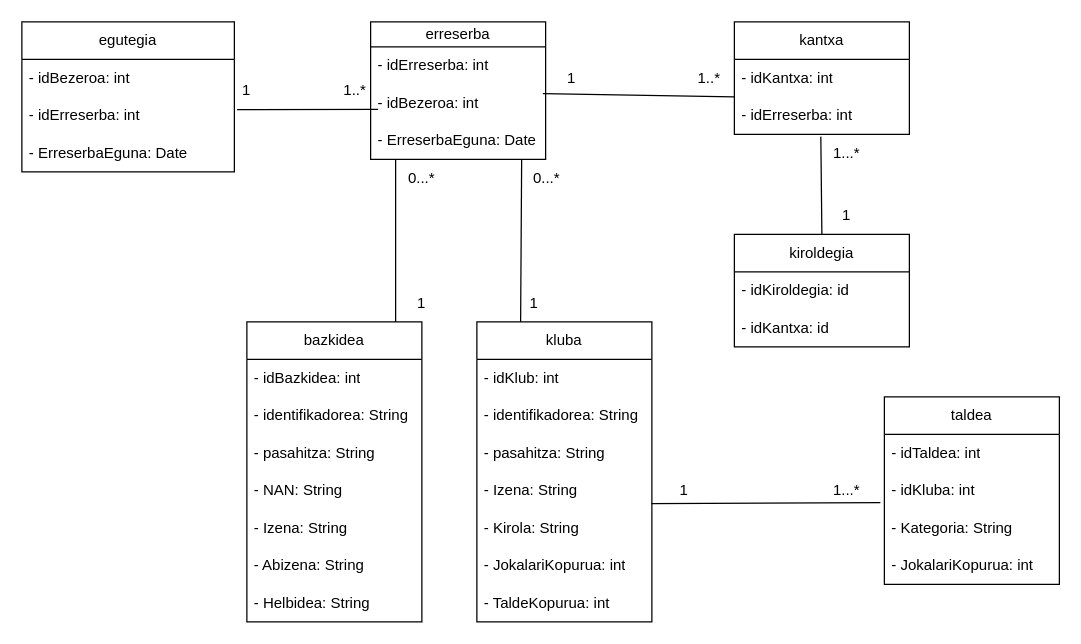
Above: C#/Diagramak/C_KlaseDiagrama.drawio in iguisado228/3Erronka (draw.io), before the change. Source tidied: cells renumbered, new cells numbered last; positions are measured from the earlier drawing's top-left corner, leaving out a move shared by most shapes. Both pictures are drawn from the tidied source at 125%, with x=0, y=0 at pixel (21, 21).
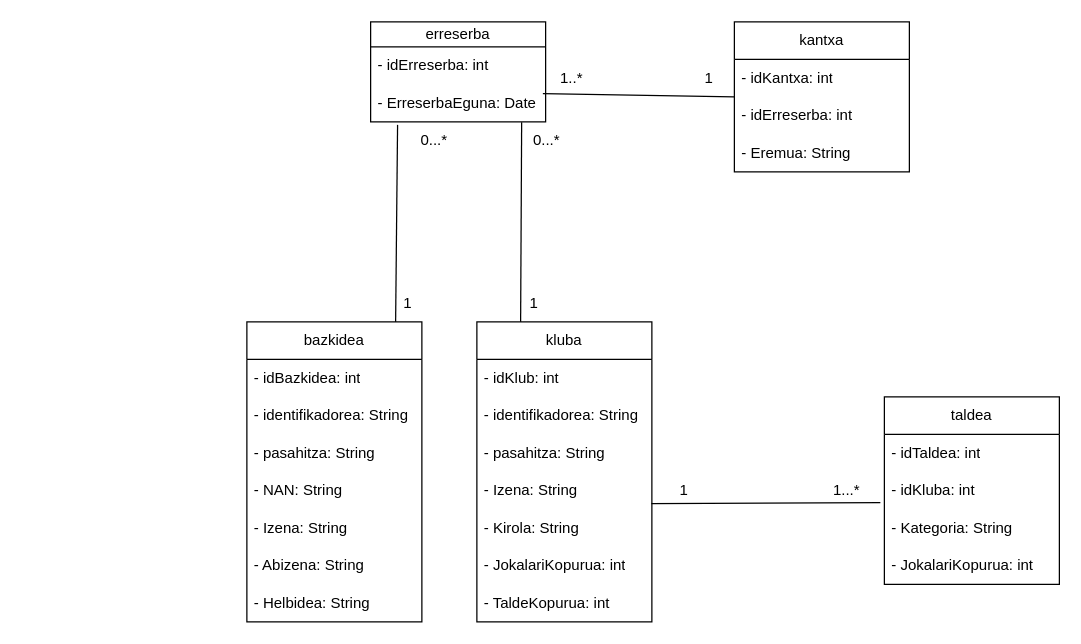
The same diagram, later.

Unchanged cells that the change refers to:
```xml
<mxCell id="10" value="bazkidea" style="swimlane;fontStyle=0;horizontal=1;startSize=30;whiteSpace=wrap;html=1;" parent="1" vertex="1">
  <mxGeometry x="180" y="240" width="140" height="240" as="geometry" />
</mxCell>
<mxCell id="28" value="- idErreserba: int" style="text;strokeColor=none;fillColor=none;align=left;verticalAlign=middle;spacingLeft=4;spacingRight=4;overflow=hidden;points=[[0,0.5],[1,0.5]];portConstraint=eastwest;whiteSpace=wrap;html=1;" parent="26" vertex="1">
  <mxGeometry y="60" width="140" height="30" as="geometry" />
</mxCell>
```

What changed in the source:
```diff
@@
     <mxCell id="18" value="erreserba" style="swimlane;fontStyle=0;horizontal=1;startSize=20;whiteSpace=wrap;html=1;" parent="1" vertex="1">
-      <mxGeometry x="279" width="140" height="110" as="geometry" />
+      <mxGeometry x="279" width="140" height="80" as="geometry" />
     </mxCell>
@@
-    <mxCell id="20" value="- idBezeroa: int" style="text;strokeColor=none;fillColor=none;align=left;verticalAlign=middle;spacingLeft=4;spacingRight=4;overflow=hidden;points=[[0,0.5],[1,0.5]];portConstraint=eastwest;whiteSpace=wrap;html=1;" parent="18" vertex="1">
-      <mxGeometry y="50" width="140" height="30" as="geometry" />
-    </mxCell>
     <mxCell id="21" value="- ErreserbaEguna: Date" style="text;strokeColor=none;fillColor=none;align=left;verticalAlign=middle;spacingLeft=4;spacingRight=4;overflow=hidden;points=[[0,0.5],[1,0.5]];portConstraint=eastwest;whiteSpace=wrap;html=1;" parent="18" vertex="1">
-      <mxGeometry y="80" width="140" height="30" as="geometry" />
+      <mxGeometry y="50" width="140" height="30" as="geometry" />
     </mxCell>
-    <mxCell id="22" value="egutegia" style="swimlane;fontStyle=0;horizontal=1;startSize=30;whiteSpace=wrap;html=1;" parent="1" vertex="1">
-      <mxGeometry width="170" height="120" as="geometry" />
-    </mxCell>
-    <mxCell id="23" value="- idBezeroa: int" style="text;strokeColor=none;fillColor=none;align=left;verticalAlign=middle;spacingLeft=4;spacingRight=4;overflow=hidden;whiteSpace=wrap;html=1;" parent="22" vertex="1">
-      <mxGeometry y="30" width="170" height="30" as="geometry" />
-    </mxCell>
-    <mxCell id="24" value="- idErreserba: int" style="text;strokeColor=none;fillColor=none;align=left;verticalAlign=middle;spacingLeft=4;spacingRight=4;overflow=hidden;whiteSpace=wrap;html=1;" parent="22" vertex="1">
-      <mxGeometry y="60" width="170" height="30" as="geometry" />
-    </mxCell>
-    <mxCell id="25" value="- ErreserbaEguna: Date&amp;nbsp;" style="text;strokeColor=none;fillColor=none;align=left;verticalAlign=middle;spacingLeft=4;spacingRight=4;overflow=hidden;whiteSpace=wrap;html=1;" parent="22" vertex="1">
-      <mxGeometry y="90" width="170" height="30" as="geometry" />
-    </mxCell>
     <mxCell id="26" value="kantxa" style="swimlane;fontStyle=0;horizontal=1;startSize=30;whiteSpace=wrap;html=1;" parent="1" vertex="1">
-      <mxGeometry x="570" width="140" height="90" as="geometry" />
+      <mxGeometry x="570" width="140" height="120" as="geometry" />
     </mxCell>
@@
-    <mxCell id="29" value="kiroldegia" style="swimlane;fontStyle=0;horizontal=1;startSize=30;whiteSpace=wrap;html=1;" parent="1" vertex="1">
-      <mxGeometry x="570" y="170" width="140" height="90" as="geometry" />
-    </mxCell>
-    <mxCell id="30" value="- idKiroldegia: id" style="text;strokeColor=none;fillColor=none;align=left;verticalAlign=middle;spacingLeft=4;spacingRight=4;overflow=hidden;whiteSpace=wrap;html=1;" parent="29" vertex="1">
-      <mxGeometry y="30" width="140" height="30" as="geometry" />
-    </mxCell>
-    <mxCell id="31" value="- idKantxa: id" style="text;strokeColor=none;fillColor=none;align=left;verticalAlign=middle;spacingLeft=4;spacingRight=4;overflow=hidden;whiteSpace=wrap;html=1;" parent="29" vertex="1">
-      <mxGeometry y="60" width="140" height="30" as="geometry" />
-    </mxCell>
+    <mxCell id="55" value="- Eremua: String" style="text;strokeColor=none;fillColor=none;align=left;verticalAlign=middle;spacingLeft=4;spacingRight=4;overflow=hidden;whiteSpace=wrap;html=1;" parent="26" vertex="1">
+      <mxGeometry y="90" width="140" height="30" as="geometry" />
+    </mxCell>
@@
-    <mxCell id="40" style="endArrow=none;html=1;rounded=0;exitX=0.85;exitY=0;exitDx=0;exitDy=0;exitPerimeter=0;" parent="1" edge="1" source="10">
-      <mxGeometry relative="1" as="geometry">
-        <mxPoint x="299" y="110" as="targetPoint" />
-      </mxGeometry>
+    <mxCell id="40" style="endArrow=none;html=1;rounded=0;exitX=0.85;exitY=0;exitDx=0;exitDy=0;exitPerimeter=0;entryX=0.154;entryY=1.08;entryDx=0;entryDy=0;entryPerimeter=0;" parent="1" edge="1" source="10" target="21">
+      <mxGeometry relative="1" as="geometry" />
     </mxCell>
@@
     <mxCell id="42" value="0...*" style="text;html=1;align=center;verticalAlign=middle;whiteSpace=wrap;rounded=0;" parent="1" vertex="1">
-      <mxGeometry x="390" y="110" width="60" height="30" as="geometry" />
+      <mxGeometry x="390" y="80" width="60" height="30" as="geometry" />
     </mxCell>
-    <mxCell id="43" style="endArrow=none;html=1;rounded=0;entryX=0;entryY=0;entryDx=0;entryDy=0;entryPerimeter=0;exitX=0.984;exitY=0.247;exitDx=0;exitDy=0;exitPerimeter=0;" parent="1" edge="1" source="20" target="28">
-      <mxGeometry relative="1" as="geometry" />
+    <mxCell id="43" style="endArrow=none;html=1;rounded=0;entryX=0;entryY=0;entryDx=0;entryDy=0;entryPerimeter=0;exitX=0.984;exitY=0.247;exitDx=0;exitDy=0;exitPerimeter=0;" parent="1" edge="1" target="28">
+      <mxGeometry relative="1" as="geometry">
+        <mxPoint x="416.8" y="57.4" as="sourcePoint" />
+      </mxGeometry>
     </mxCell>
-    <mxCell id="44" value="1" style="text;html=1;align=center;verticalAlign=middle;whiteSpace=wrap;rounded=0;" parent="1" vertex="1">
+    <mxCell id="44" value="1..*" style="text;html=1;align=center;verticalAlign=middle;whiteSpace=wrap;rounded=0;" parent="1" vertex="1">
       <mxGeometry x="410" y="30" width="60" height="30" as="geometry" />
     </mxCell>
-    <mxCell id="45" value="1..*" style="text;html=1;align=center;verticalAlign=middle;whiteSpace=wrap;rounded=0;" parent="1" vertex="1">
+    <mxCell id="45" value="1" style="text;html=1;align=center;verticalAlign=middle;whiteSpace=wrap;rounded=0;" parent="1" vertex="1">
       <mxGeometry x="520" y="30" width="60" height="30" as="geometry" />
     </mxCell>
-    <mxCell id="46" style="endArrow=none;html=1;rounded=0;exitX=0.5;exitY=0;exitDx=0;exitDy=0;entryX=0.494;entryY=1.06;entryDx=0;entryDy=0;entryPerimeter=0;" parent="1" edge="1" source="29" target="28">
-      <mxGeometry relative="1" as="geometry" />
-    </mxCell>
-    <mxCell id="47" value="1" style="text;html=1;align=center;verticalAlign=middle;whiteSpace=wrap;rounded=0;" parent="1" vertex="1">
-      <mxGeometry x="630" y="140" width="60" height="30" as="geometry" />
-    </mxCell>
-    <mxCell id="48" value="1...*" style="text;html=1;align=center;verticalAlign=middle;whiteSpace=wrap;rounded=0;" parent="1" vertex="1">
-      <mxGeometry x="630" y="90" width="60" height="30" as="geometry" />
-    </mxCell>
-    <mxCell id="49" style="endArrow=none;html=1;rounded=0;entryX=0.75;entryY=1;entryDx=0;entryDy=0;exitX=0.37;exitY=1.007;exitDx=0;exitDy=0;exitPerimeter=0;" parent="1" edge="1" source="51" target="50">
-      <mxGeometry relative="1" as="geometry" />
-    </mxCell>
-    <mxCell id="50" value="1..*&amp;nbsp;&amp;nbsp;" style="text;html=1;align=center;verticalAlign=middle;whiteSpace=wrap;rounded=0;" parent="1" vertex="1">
-      <mxGeometry x="240" y="40" width="60" height="30" as="geometry" />
-    </mxCell>
-    <mxCell id="51" value="1" style="text;html=1;align=center;verticalAlign=middle;whiteSpace=wrap;rounded=0;" parent="1" vertex="1">
-      <mxGeometry x="150" y="40" width="60" height="30" as="geometry" />
-    </mxCell>
@@
     <mxCell id="53" value="0...*" style="text;html=1;align=center;verticalAlign=middle;whiteSpace=wrap;rounded=0;" parent="1" vertex="1">
-      <mxGeometry x="290" y="110" width="60" height="30" as="geometry" />
+      <mxGeometry x="300" y="80" width="60" height="30" as="geometry" />
     </mxCell>
     <mxCell id="54" value="1" style="text;html=1;align=center;verticalAlign=middle;whiteSpace=wrap;rounded=0;" parent="1" vertex="1">
-      <mxGeometry x="290" y="210" width="60" height="30" as="geometry" />
+      <mxGeometry x="279" y="210" width="60" height="30" as="geometry" />
     </mxCell>
```
